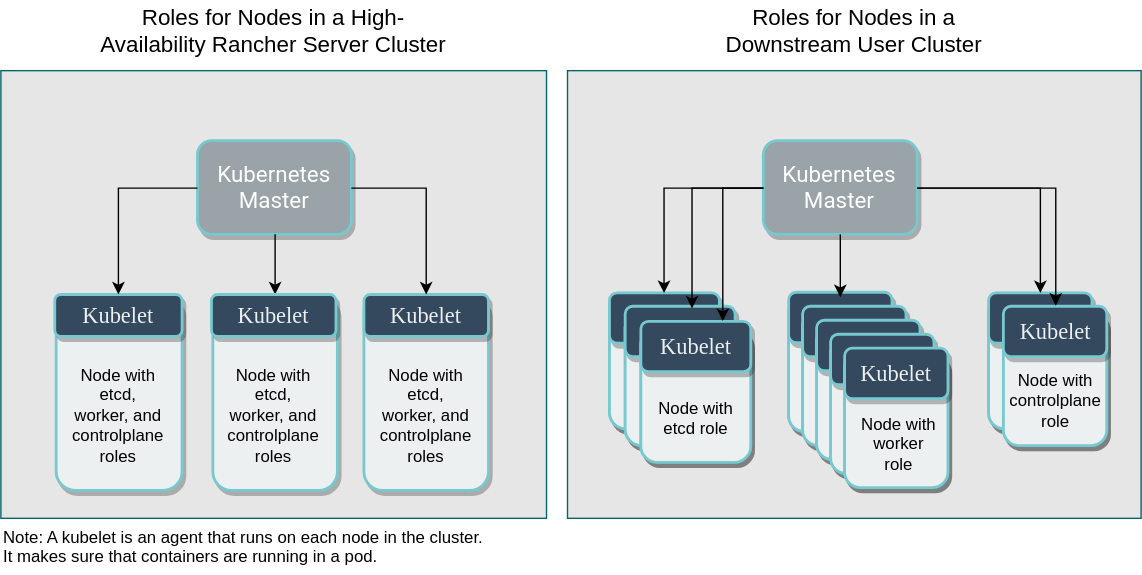
The draw.io diagram static/img/rancher/rancher-architecture-node-roles.svg in rancher/docs, before a commit. Source tidied: cells renumbered, new cells last; positions are measured from the earlier drawing's top-left corner, leaving out a move shared by most shapes.
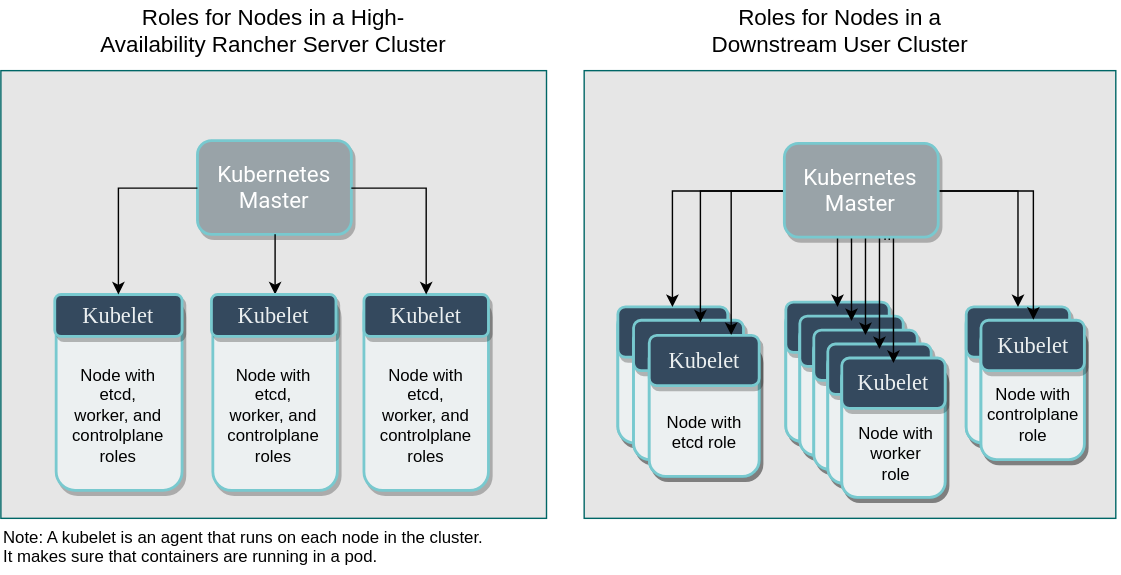
The same diagram one commit later.

What changed in the source:
```diff
@@ -8,3 +8,3 @@
     <mxCell id="3" value="&lt;font style=&quot;font-size: 16px&quot;&gt;Roles for Nodes in a Downstream User Cluster&lt;br&gt;&lt;/font&gt;" style="text;html=1;strokeColor=none;fillColor=none;align=center;verticalAlign=middle;whiteSpace=wrap;rounded=0;" parent="1" vertex="1">
-      <mxGeometry x="490" width="240" height="42" as="geometry" />
+      <mxGeometry x="480" width="240" height="42" as="geometry" />
     </mxCell>
@@ -58,24 +58,10 @@
     </mxCell>
-    <mxCell id="20" style="edgeStyle=orthogonalEdgeStyle;rounded=0;jettySize=auto;html=1;" parent="1" edge="1" source="24">
-      <mxGeometry relative="1" as="geometry">
-        <Array as="points">
-          <mxPoint x="615" y="212" />
-          <mxPoint x="645" y="212" />
-        </Array>
-      </mxGeometry>
-    </mxCell>
-    <mxCell id="21" value="Note: A kubelet is an agent that runs on each node in the cluster. It makes sure that containers are running in a pod." style="text;html=1;strokeColor=none;fillColor=none;align=left;verticalAlign=middle;whiteSpace=wrap;rounded=0;" parent="1" vertex="1">
-      <mxGeometry y="370" width="346" height="40" as="geometry" />
-    </mxCell>
-    <mxCell id="22" style="group;" parent="1" vertex="1">
-      <mxGeometry x="405" y="50" width="410" height="320" as="geometry" />
-    </mxCell>
+    <mxCell id="81" style="group;" parent="1" vertex="1">
+      <mxGeometry x="420" y="50" width="380" height="320" as="geometry" />
+    </mxCell>
-    <mxCell id="23" style="whiteSpace=wrap;html=1;fontColor=none;labelBackgroundColor=none;noLabel=1;strokeColor=#006666;fillColor=#E6E6E6;" parent="22" vertex="1">
-      <mxGeometry width="410" height="320" as="geometry" />
+    <mxCell id="23" style="whiteSpace=wrap;html=1;fontColor=none;labelBackgroundColor=none;noLabel=1;strokeColor=#006666;fillColor=#E6E6E6;" parent="81" vertex="1">
+      <mxGeometry x="-3.1" width="380" height="320" as="geometry" />
     </mxCell>
-    <mxCell id="24" value="&lt;font style=&quot;font-size: 16px&quot; color=&quot;#FFFFFF&quot;&gt;Kubernetes Master&lt;br&gt;&lt;/font&gt;" style="rounded=1;whiteSpace=wrap;html=1;shadow=1;comic=0;strokeColor=#78C9CF;strokeWidth=2;fillColor=#99a3a8;fontFamily=roboto;fontColor=#313131;align=center;gradientColor=none;labelBackgroundColor=none;" parent="22" vertex="1">
-      <mxGeometry x="140" y="50" width="110" height="67" as="geometry" />
-    </mxCell>
-    <mxCell id="25" style="group;" parent="22" vertex="1">
-      <mxGeometry x="30" y="160" width="101" height="120" as="geometry" />
+    <mxCell id="25" style="group;" parent="1" vertex="1">
+      <mxGeometry x="441" y="220" width="101" height="120" as="geometry" />
     </mxCell>
@@ -129,13 +115,13 @@
     </mxCell>
-    <mxCell id="42" style="edgeStyle=orthogonalEdgeStyle;rounded=0;jettySize=auto;html=1;entryX=0.5;entryY=0;entryDx=0;entryDy=0;" parent="22" edge="1" source="24" target="31">
+    <mxCell id="42" style="edgeStyle=orthogonalEdgeStyle;rounded=0;jettySize=auto;html=1;entryX=0.5;entryY=0;entryDx=0;entryDy=0;" parent="1" edge="1" source="24" target="31">
       <mxGeometry relative="1" as="geometry" />
     </mxCell>
-    <mxCell id="43" style="edgeStyle=orthogonalEdgeStyle;rounded=0;jettySize=auto;html=1;entryX=0.608;entryY=0.044;entryDx=0;entryDy=0;entryPerimeter=0;" parent="22" edge="1" source="24" target="36">
+    <mxCell id="43" style="edgeStyle=orthogonalEdgeStyle;rounded=0;jettySize=auto;html=1;entryX=0.608;entryY=0.044;entryDx=0;entryDy=0;entryPerimeter=0;" parent="1" edge="1" source="24" target="36">
       <mxGeometry relative="1" as="geometry" />
     </mxCell>
-    <mxCell id="44" style="edgeStyle=orthogonalEdgeStyle;rounded=0;jettySize=auto;html=1;entryX=0.75;entryY=0;entryDx=0;entryDy=0;" parent="22" edge="1" source="24" target="41">
+    <mxCell id="44" style="edgeStyle=orthogonalEdgeStyle;rounded=0;jettySize=auto;html=1;entryX=0.75;entryY=0;entryDx=0;entryDy=0;" parent="1" edge="1" source="24" target="41">
       <mxGeometry relative="1" as="geometry" />
     </mxCell>
-    <mxCell id="45" style="group;" parent="22" vertex="1">
-      <mxGeometry x="301" y="160" width="95" height="120" as="geometry" />
+    <mxCell id="45" style="group;" parent="1" vertex="1">
+      <mxGeometry x="690" y="220" width="95" height="120" as="geometry" />
     </mxCell>
@@ -174,13 +160,24 @@
     </mxCell>
-    <mxCell id="57" style="edgeStyle=orthogonalEdgeStyle;rounded=0;jettySize=auto;html=1;entryX=0.5;entryY=0;entryDx=0;entryDy=0;" parent="22" edge="1" source="24" target="51">
+    <mxCell id="57" style="edgeStyle=orthogonalEdgeStyle;rounded=0;jettySize=auto;html=1;entryX=0.5;entryY=0;entryDx=0;entryDy=0;" parent="1" edge="1" source="24" target="51">
       <mxGeometry relative="1" as="geometry" />
     </mxCell>
+    <mxCell id="20" style="edgeStyle=orthogonalEdgeStyle;rounded=0;jettySize=auto;html=1;" parent="1" edge="1" source="24">
+      <mxGeometry relative="1" as="geometry">
+        <Array as="points">
+          <mxPoint x="615" y="212" />
+          <mxPoint x="645" y="212" />
+        </Array>
+      </mxGeometry>
+    </mxCell>
-    <mxCell id="58" style="edgeStyle=orthogonalEdgeStyle;rounded=0;jettySize=auto;html=1;entryX=0.5;entryY=0;entryDx=0;entryDy=0;" parent="22" edge="1" source="24" target="56">
+    <mxCell id="58" style="edgeStyle=orthogonalEdgeStyle;rounded=0;jettySize=auto;html=1;entryX=0.5;entryY=0;entryDx=0;entryDy=0;" parent="1" edge="1" source="24" target="56">
       <mxGeometry relative="1" as="geometry" />
     </mxCell>
+    <mxCell id="21" value="Note: A kubelet is an agent that runs on each node in the cluster. It makes sure that containers are running in a pod." style="text;html=1;strokeColor=none;fillColor=none;align=left;verticalAlign=middle;whiteSpace=wrap;rounded=0;" parent="1" vertex="1">
+      <mxGeometry y="370" width="346" height="40" as="geometry" />
+    </mxCell>
-    <mxCell id="59" style="group;" parent="22" vertex="1">
-      <mxGeometry x="158.1" y="172" width="73.9" height="96" as="geometry" />
+    <mxCell id="59" style="group;" parent="1" vertex="1">
+      <mxGeometry x="561.1" y="219" width="73.9" height="96" as="geometry" />
     </mxCell>
     <mxCell id="60" style="group;rounded=1;fontFamily=roboto;strokeColor=#78C9CF;shadow=1;fontColor=#FFFFFF;verticalAlign=middle;strokeWidth=2;fillColor=#ecf0f1;" parent="59" vertex="1">
-      <mxGeometry y="-10" width="73.9" height="96" as="geometry" />
+      <mxGeometry width="73.9" height="96" as="geometry" />
     </mxCell>
@@ -195,53 +192,105 @@
     </mxCell>
-    <mxCell id="64" style="edgeStyle=orthogonalEdgeStyle;rounded=0;jettySize=auto;html=1;" parent="22" edge="1" source="24" target="61">
-      <mxGeometry relative="1" as="geometry" />
+    <mxCell id="64" style="edgeStyle=orthogonalEdgeStyle;rounded=0;jettySize=auto;html=1;" parent="1" edge="1" source="24" target="61">
+      <mxGeometry relative="1" as="geometry">
+        <Array as="points">
+          <mxPoint x="598" y="180" />
+          <mxPoint x="598" y="180" />
+        </Array>
+      </mxGeometry>
     </mxCell>
-    <mxCell id="65" style="group;rounded=1;fontFamily=roboto;strokeColor=#78C9CF;shadow=1;fontColor=#FFFFFF;verticalAlign=middle;strokeWidth=2;fillColor=#ecf0f1;" parent="22" vertex="1">
-      <mxGeometry x="168.1" y="172" width="73.9" height="96" as="geometry" />
-    </mxCell>
-    <mxCell id="66" style="rounded=1;whiteSpace=wrap;html=1;shadow=1;comic=0;strokeColor=#78C9CF;strokeWidth=2;fillColor=#ecf0f1;fontFamily=roboto;fontColor=#FFFFFF;align=center;" parent="65" vertex="1">
-      <mxGeometry width="73.9" height="96" as="geometry" />
-    </mxCell>
-    <mxCell id="67" value="Node with worker role" style="text;html=1;strokeColor=none;fillColor=none;align=center;verticalAlign=middle;whiteSpace=wrap;rounded=0;" parent="65" vertex="1">
-      <mxGeometry x="10" y="40" width="58" height="48" as="geometry" />
-    </mxCell>
-    <mxCell id="68" value="&lt;div style=&quot;text-align: center ; font-size: 16px&quot;&gt;&lt;font style=&quot;font-size: 16px&quot; face=&quot;Tahoma&quot;&gt;&lt;span&gt;&lt;font style=&quot;font-size: 16px&quot; color=&quot;#ecf0f1&quot;&gt;Kubelet&lt;/font&gt;&lt;/span&gt;&lt;/font&gt;&lt;/div&gt;" style="rounded=1;whiteSpace=wrap;html=1;shadow=1;comic=0;strokeColor=#78C9CF;strokeWidth=2;fillColor=#34495E;fontColor=#313131;align=center;fontFamily=roboto;gradientColor=none;" parent="65" vertex="1">
-      <mxGeometry y="-3.6" width="73.9" height="36" as="geometry" />
-    </mxCell>
-    <mxCell id="69" style="group;rounded=1;fontFamily=roboto;strokeColor=#78C9CF;shadow=1;fontColor=#FFFFFF;verticalAlign=middle;strokeWidth=2;fillColor=#ecf0f1;" parent="22" vertex="1">
-      <mxGeometry x="178.1" y="182" width="73.9" height="96" as="geometry" />
-    </mxCell>
-    <mxCell id="70" style="rounded=1;whiteSpace=wrap;html=1;shadow=1;comic=0;strokeColor=#78C9CF;strokeWidth=2;fillColor=#ecf0f1;fontFamily=roboto;fontColor=#FFFFFF;align=center;" parent="69" vertex="1">
-      <mxGeometry width="73.9" height="96" as="geometry" />
-    </mxCell>
-    <mxCell id="71" value="Node with worker role" style="text;html=1;strokeColor=none;fillColor=none;align=center;verticalAlign=middle;whiteSpace=wrap;rounded=0;" parent="69" vertex="1">
-      <mxGeometry x="10" y="40" width="58" height="48" as="geometry" />
-    </mxCell>
-    <mxCell id="72" value="&lt;div style=&quot;text-align: center ; font-size: 16px&quot;&gt;&lt;font style=&quot;font-size: 16px&quot; face=&quot;Tahoma&quot;&gt;&lt;span&gt;&lt;font style=&quot;font-size: 16px&quot; color=&quot;#ecf0f1&quot;&gt;Kubelet&lt;/font&gt;&lt;/span&gt;&lt;/font&gt;&lt;/div&gt;" style="rounded=1;whiteSpace=wrap;html=1;shadow=1;comic=0;strokeColor=#78C9CF;strokeWidth=2;fillColor=#34495E;fontColor=#313131;align=center;fontFamily=roboto;gradientColor=none;" parent="69" vertex="1">
-      <mxGeometry y="-3.6" width="73.9" height="36" as="geometry" />
-    </mxCell>
-    <mxCell id="73" style="group;rounded=1;fontFamily=roboto;strokeColor=#78C9CF;shadow=1;fontColor=#FFFFFF;verticalAlign=middle;strokeWidth=2;fillColor=#ecf0f1;" parent="22" vertex="1">
-      <mxGeometry x="188.1" y="192" width="73.9" height="96" as="geometry" />
-    </mxCell>
-    <mxCell id="74" style="rounded=1;whiteSpace=wrap;html=1;shadow=1;comic=0;strokeColor=#78C9CF;strokeWidth=2;fillColor=#ecf0f1;fontFamily=roboto;fontColor=#FFFFFF;align=center;" parent="73" vertex="1">
-      <mxGeometry width="73.9" height="96" as="geometry" />
-    </mxCell>
-    <mxCell id="75" value="Node with worker role" style="text;html=1;strokeColor=none;fillColor=none;align=center;verticalAlign=middle;whiteSpace=wrap;rounded=0;" parent="73" vertex="1">
-      <mxGeometry x="10" y="40" width="58" height="48" as="geometry" />
-    </mxCell>
-    <mxCell id="76" value="&lt;div style=&quot;text-align: center ; font-size: 16px&quot;&gt;&lt;font style=&quot;font-size: 16px&quot; face=&quot;Tahoma&quot;&gt;&lt;span&gt;&lt;font style=&quot;font-size: 16px&quot; color=&quot;#ecf0f1&quot;&gt;Kubelet&lt;/font&gt;&lt;/span&gt;&lt;/font&gt;&lt;/div&gt;" style="rounded=1;whiteSpace=wrap;html=1;shadow=1;comic=0;strokeColor=#78C9CF;strokeWidth=2;fillColor=#34495E;fontColor=#313131;align=center;fontFamily=roboto;gradientColor=none;" parent="73" vertex="1">
-      <mxGeometry y="-3.6" width="73.9" height="36" as="geometry" />
-    </mxCell>
-    <mxCell id="77" style="group;rounded=1;fontFamily=roboto;strokeColor=#78C9CF;shadow=1;fontColor=#FFFFFF;verticalAlign=middle;strokeWidth=2;fillColor=#ecf0f1;" parent="22" vertex="1">
-      <mxGeometry x="198.1" y="202" width="73.9" height="96" as="geometry" />
-    </mxCell>
-    <mxCell id="78" style="rounded=1;whiteSpace=wrap;html=1;shadow=1;comic=0;strokeColor=#78C9CF;strokeWidth=2;fillColor=#ecf0f1;fontFamily=roboto;fontColor=#FFFFFF;align=center;" parent="77" vertex="1">
-      <mxGeometry width="73.9" height="96" as="geometry" />
-    </mxCell>
-    <mxCell id="79" value="Node with worker role" style="text;html=1;strokeColor=none;fillColor=none;align=center;verticalAlign=middle;whiteSpace=wrap;rounded=0;" parent="77" vertex="1">
-      <mxGeometry x="10" y="40" width="58" height="48" as="geometry" />
-    </mxCell>
-    <mxCell id="80" value="&lt;div style=&quot;text-align: center ; font-size: 16px&quot;&gt;&lt;font style=&quot;font-size: 16px&quot; face=&quot;Tahoma&quot;&gt;&lt;span&gt;&lt;font style=&quot;font-size: 16px&quot; color=&quot;#ecf0f1&quot;&gt;Kubelet&lt;/font&gt;&lt;/span&gt;&lt;/font&gt;&lt;/div&gt;" style="rounded=1;whiteSpace=wrap;html=1;shadow=1;comic=0;strokeColor=#78C9CF;strokeWidth=2;fillColor=#34495E;fontColor=#313131;align=center;fontFamily=roboto;gradientColor=none;" parent="77" vertex="1">
-      <mxGeometry y="-3.6" width="73.9" height="36" as="geometry" />
-    </mxCell>
+    <mxCell id="82" style="group;" parent="1" vertex="1">
+      <mxGeometry x="571.1" y="229" width="73.9" height="96" as="geometry" />
+    </mxCell>
+    <mxCell id="83" style="group;rounded=1;fontFamily=roboto;strokeColor=#78C9CF;shadow=1;fontColor=#FFFFFF;verticalAlign=middle;strokeWidth=2;fillColor=#ecf0f1;" parent="82" vertex="1">
+      <mxGeometry width="73.9" height="96" as="geometry" />
+    </mxCell>
+    <mxCell id="84" style="rounded=1;whiteSpace=wrap;html=1;shadow=1;comic=0;strokeColor=#78C9CF;strokeWidth=2;fillColor=#ecf0f1;fontFamily=roboto;fontColor=#FFFFFF;align=center;" parent="83" vertex="1">
+      <mxGeometry width="73.9" height="96" as="geometry" />
+    </mxCell>
+    <mxCell id="85" value="Node with worker role" style="text;html=1;strokeColor=none;fillColor=none;align=center;verticalAlign=middle;whiteSpace=wrap;rounded=0;" parent="83" vertex="1">
+      <mxGeometry x="10" y="40" width="58" height="48" as="geometry" />
+    </mxCell>
+    <mxCell id="86" value="&lt;div style=&quot;text-align: center ; font-size: 16px&quot;&gt;&lt;font style=&quot;font-size: 16px&quot; face=&quot;Tahoma&quot;&gt;&lt;span&gt;&lt;font style=&quot;font-size: 16px&quot; color=&quot;#ecf0f1&quot;&gt;Kubelet&lt;/font&gt;&lt;/span&gt;&lt;/font&gt;&lt;/div&gt;" style="rounded=1;whiteSpace=wrap;html=1;shadow=1;comic=0;strokeColor=#78C9CF;strokeWidth=2;fillColor=#34495E;fontColor=#313131;align=center;fontFamily=roboto;gradientColor=none;" parent="83" vertex="1">
+      <mxGeometry y="-3.6" width="73.9" height="36" as="geometry" />
+    </mxCell>
+    <mxCell id="87" style="group;" parent="1" vertex="1">
+      <mxGeometry x="581.1" y="239" width="73.9" height="96" as="geometry" />
+    </mxCell>
+    <mxCell id="88" style="group;rounded=1;fontFamily=roboto;strokeColor=#78C9CF;shadow=1;fontColor=#FFFFFF;verticalAlign=middle;strokeWidth=2;fillColor=#ecf0f1;" parent="87" vertex="1">
+      <mxGeometry width="73.9" height="96" as="geometry" />
+    </mxCell>
+    <mxCell id="89" style="rounded=1;whiteSpace=wrap;html=1;shadow=1;comic=0;strokeColor=#78C9CF;strokeWidth=2;fillColor=#ecf0f1;fontFamily=roboto;fontColor=#FFFFFF;align=center;" parent="88" vertex="1">
+      <mxGeometry width="73.9" height="96" as="geometry" />
+    </mxCell>
+    <mxCell id="90" value="Node with worker role" style="text;html=1;strokeColor=none;fillColor=none;align=center;verticalAlign=middle;whiteSpace=wrap;rounded=0;" parent="88" vertex="1">
+      <mxGeometry x="10" y="40" width="58" height="48" as="geometry" />
+    </mxCell>
+    <mxCell id="91" value="&lt;div style=&quot;text-align: center ; font-size: 16px&quot;&gt;&lt;font style=&quot;font-size: 16px&quot; face=&quot;Tahoma&quot;&gt;&lt;span&gt;&lt;font style=&quot;font-size: 16px&quot; color=&quot;#ecf0f1&quot;&gt;Kubelet&lt;/font&gt;&lt;/span&gt;&lt;/font&gt;&lt;/div&gt;" style="rounded=1;whiteSpace=wrap;html=1;shadow=1;comic=0;strokeColor=#78C9CF;strokeWidth=2;fillColor=#34495E;fontColor=#313131;align=center;fontFamily=roboto;gradientColor=none;" parent="88" vertex="1">
+      <mxGeometry y="-3.6" width="73.9" height="36" as="geometry" />
+    </mxCell>
+    <mxCell id="92" style="group;" parent="1" vertex="1">
+      <mxGeometry x="591.1" y="249" width="73.9" height="96" as="geometry" />
+    </mxCell>
+    <mxCell id="93" style="group;rounded=1;fontFamily=roboto;strokeColor=#78C9CF;shadow=1;fontColor=#FFFFFF;verticalAlign=middle;strokeWidth=2;fillColor=#ecf0f1;" parent="92" vertex="1">
+      <mxGeometry width="73.9" height="96" as="geometry" />
+    </mxCell>
+    <mxCell id="94" style="rounded=1;whiteSpace=wrap;html=1;shadow=1;comic=0;strokeColor=#78C9CF;strokeWidth=2;fillColor=#ecf0f1;fontFamily=roboto;fontColor=#FFFFFF;align=center;" parent="93" vertex="1">
+      <mxGeometry width="73.9" height="96" as="geometry" />
+    </mxCell>
+    <mxCell id="95" value="Node with worker role" style="text;html=1;strokeColor=none;fillColor=none;align=center;verticalAlign=middle;whiteSpace=wrap;rounded=0;" parent="93" vertex="1">
+      <mxGeometry x="10" y="40" width="58" height="48" as="geometry" />
+    </mxCell>
+    <mxCell id="96" value="&lt;div style=&quot;text-align: center ; font-size: 16px&quot;&gt;&lt;font style=&quot;font-size: 16px&quot; face=&quot;Tahoma&quot;&gt;&lt;span&gt;&lt;font style=&quot;font-size: 16px&quot; color=&quot;#ecf0f1&quot;&gt;Kubelet&lt;/font&gt;&lt;/span&gt;&lt;/font&gt;&lt;/div&gt;" style="rounded=1;whiteSpace=wrap;html=1;shadow=1;comic=0;strokeColor=#78C9CF;strokeWidth=2;fillColor=#34495E;fontColor=#313131;align=center;fontFamily=roboto;gradientColor=none;" parent="93" vertex="1">
+      <mxGeometry y="-3.6" width="73.9" height="36" as="geometry" />
+    </mxCell>
+    <mxCell id="97" style="group;" parent="1" vertex="1">
+      <mxGeometry x="601.1" y="259" width="73.9" height="96" as="geometry" />
+    </mxCell>
+    <mxCell id="98" style="group;rounded=1;fontFamily=roboto;strokeColor=#78C9CF;shadow=1;fontColor=#FFFFFF;verticalAlign=middle;strokeWidth=2;fillColor=#ecf0f1;" parent="97" vertex="1">
+      <mxGeometry width="73.9" height="96" as="geometry" />
+    </mxCell>
+    <mxCell id="99" style="rounded=1;whiteSpace=wrap;html=1;shadow=1;comic=0;strokeColor=#78C9CF;strokeWidth=2;fillColor=#ecf0f1;fontFamily=roboto;fontColor=#FFFFFF;align=center;" parent="98" vertex="1">
+      <mxGeometry width="73.9" height="96" as="geometry" />
+    </mxCell>
+    <mxCell id="100" value="Node with worker role" style="text;html=1;strokeColor=none;fillColor=none;align=center;verticalAlign=middle;whiteSpace=wrap;rounded=0;" parent="98" vertex="1">
+      <mxGeometry x="10" y="40" width="58" height="48" as="geometry" />
+    </mxCell>
+    <mxCell id="101" value="&lt;div style=&quot;text-align: center ; font-size: 16px&quot;&gt;&lt;font style=&quot;font-size: 16px&quot; face=&quot;Tahoma&quot;&gt;&lt;span&gt;&lt;font style=&quot;font-size: 16px&quot; color=&quot;#ecf0f1&quot;&gt;Kubelet&lt;/font&gt;&lt;/span&gt;&lt;/font&gt;&lt;/div&gt;" style="rounded=1;whiteSpace=wrap;html=1;shadow=1;comic=0;strokeColor=#78C9CF;strokeWidth=2;fillColor=#34495E;fontColor=#313131;align=center;fontFamily=roboto;gradientColor=none;" parent="98" vertex="1">
+      <mxGeometry y="-3.6" width="73.9" height="36" as="geometry" />
+    </mxCell>
+    <mxCell id="102" style="edgeStyle=orthogonalEdgeStyle;rounded=0;jettySize=auto;html=1;exitX=0.445;exitY=1;exitDx=0;exitDy=0;exitPerimeter=0;" parent="1" edge="1" source="24">
+      <mxGeometry relative="1" as="geometry">
+        <mxPoint x="608" y="229" as="targetPoint" />
+        <Array as="points">
+          <mxPoint x="608" y="167" />
+        </Array>
+      </mxGeometry>
+    </mxCell>
+    <mxCell id="103" style="edgeStyle=orthogonalEdgeStyle;rounded=0;jettySize=auto;html=1;exitX=0.5;exitY=1;exitDx=0;exitDy=0;" parent="1" edge="1" source="24">
+      <mxGeometry relative="1" as="geometry">
+        <mxPoint x="618" y="239" as="targetPoint" />
+        <Array as="points">
+          <mxPoint x="618" y="167" />
+        </Array>
+      </mxGeometry>
+    </mxCell>
+    <mxCell id="104" style="edgeStyle=orthogonalEdgeStyle;rounded=0;jettySize=auto;html=1;exitX=0.655;exitY=1.03;exitDx=0;exitDy=0;exitPerimeter=0;" parent="1" edge="1" source="24">
+      <mxGeometry relative="1" as="geometry">
+        <mxPoint x="628" y="249" as="targetPoint" />
+        <Array as="points">
+          <mxPoint x="628" y="169" />
+        </Array>
+      </mxGeometry>
+    </mxCell>
+    <mxCell id="105" style="edgeStyle=orthogonalEdgeStyle;rounded=0;jettySize=auto;html=1;exitX=0.682;exitY=1.03;exitDx=0;exitDy=0;exitPerimeter=0;" parent="1" edge="1" source="24">
+      <mxGeometry relative="1" as="geometry">
+        <mxPoint x="638" y="259" as="targetPoint" />
+        <Array as="points">
+          <mxPoint x="638" y="169" />
+        </Array>
+      </mxGeometry>
+    </mxCell>
+    <mxCell id="24" value="&lt;font style=&quot;font-size: 16px&quot; color=&quot;#FFFFFF&quot;&gt;Kubernetes Master&lt;br&gt;&lt;/font&gt;" style="rounded=1;whiteSpace=wrap;html=1;shadow=1;comic=0;strokeColor=#78C9CF;strokeWidth=2;fillColor=#99a3a8;fontFamily=roboto;fontColor=#313131;align=center;gradientColor=none;labelBackgroundColor=none;" parent="1" vertex="1">
+      <mxGeometry x="560" y="102" width="110" height="67" as="geometry" />
+    </mxCell>
   </root>
```
